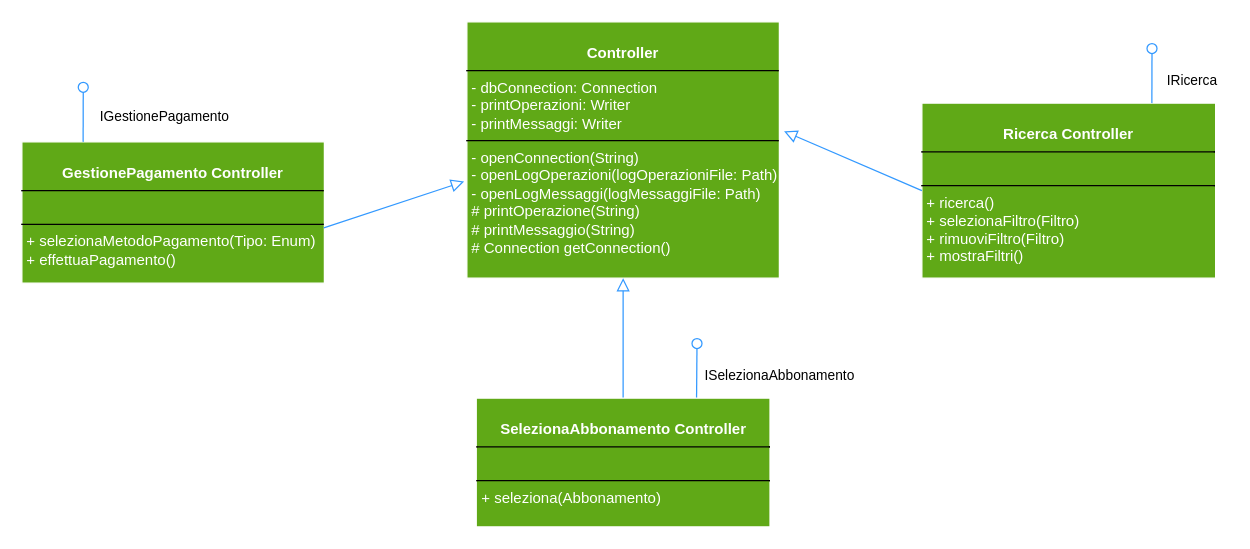
Above: Diagrammi_Package/navigazione.drawio in JosephBoom02/Progetto_Ingegneria_del_Software (draw.io), before the change. Source tidied: cells renumbered, new cells numbered last; positions are measured from the earlier drawing's top-left corner, leaving out a move shared by most shapes. Both pictures are drawn from the tidied source at 125%, with x=0, y=0 at pixel (21, 21).
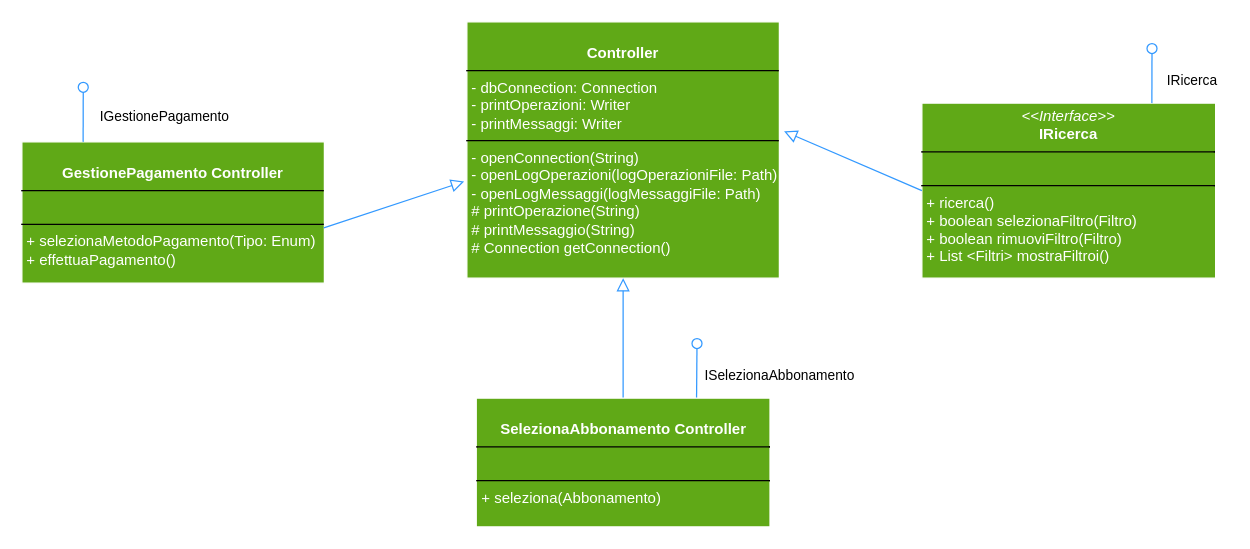
The same diagram, later.

What changed in the source:
```diff
@@
 <mxGraphModel>
   <root>
     <mxCell id="0" />
     <mxCell id="1" parent="0" />
     <mxCell id="2" value="&lt;br&gt;&lt;p style=&quot;margin:0px;margin-top:4px;text-align:center;&quot;&gt;&lt;font color=&quot;#ffffff&quot;&gt;&lt;b&gt;Controller&lt;/b&gt;&lt;/font&gt;&lt;/p&gt;&lt;hr size=&quot;1&quot; style=&quot;border-style:solid;&quot;&gt;&lt;p style=&quot;margin:0px;margin-left:4px;&quot;&gt;&lt;font color=&quot;#ffffff&quot;&gt;- dbConnection: Connection&lt;br&gt;&lt;/font&gt;&lt;/p&gt;&lt;p style=&quot;margin:0px;margin-left:4px;&quot;&gt;&lt;font color=&quot;#ffffff&quot;&gt;- printOperazioni: Writer&lt;/font&gt;&lt;/p&gt;&lt;p style=&quot;margin:0px;margin-left:4px;&quot;&gt;&lt;font color=&quot;#ffffff&quot;&gt;- printMessaggi: Writer&lt;br&gt;&lt;/font&gt;&lt;/p&gt;&lt;hr size=&quot;1&quot; style=&quot;border-style:solid;&quot;&gt;&lt;p style=&quot;margin:0px;margin-left:4px;&quot;&gt;&lt;font color=&quot;#ffffff&quot;&gt;- openConnection(String)&lt;/font&gt;&lt;/p&gt;&lt;p style=&quot;margin:0px;margin-left:4px;&quot;&gt;&lt;font color=&quot;#ffffff&quot;&gt;- openLogOperazioni(logOperazioniFile: Path)&lt;br&gt;&lt;/font&gt;&lt;/p&gt;&lt;p style=&quot;margin:0px;margin-left:4px;&quot;&gt;&lt;font color=&quot;#ffffff&quot;&gt;- openLogMessaggi(logMessaggiFile: Path)&lt;/font&gt;&lt;/p&gt;&lt;p style=&quot;margin:0px;margin-left:4px;&quot;&gt;&lt;font color=&quot;#ffffff&quot;&gt;# printOperazione(String)&lt;/font&gt;&lt;/p&gt;&lt;p style=&quot;margin:0px;margin-left:4px;&quot;&gt;&lt;font color=&quot;#ffffff&quot;&gt;# printMessaggio(String)&lt;br&gt;&lt;/font&gt;&lt;/p&gt;&lt;p style=&quot;margin:0px;margin-left:4px;&quot;&gt;&lt;font color=&quot;#ffffff&quot;&gt;# Connection getConnection()&lt;br&gt;&lt;/font&gt;&lt;/p&gt;" style="verticalAlign=top;align=left;overflow=fill;html=1;whiteSpace=wrap;fillColor=#60A917;strokeColor=#FFFFFF;" parent="1" vertex="1">
       <mxGeometry x="356" width="250" height="205" as="geometry" />
     </mxCell>
     <mxCell id="3" style="edgeStyle=none;curved=1;rounded=0;jettySize=auto;html=1;exitX=0.5;exitY=0;exitDx=0;exitDy=0;entryX=0.5;entryY=1;entryDx=0;entryDy=0;fontSize=12;startSize=8;endSize=8;strokeColor=#3399FF;endArrow=block;endFill=0;" parent="1" edge="1" source="5" target="2">
       <mxGeometry relative="1" as="geometry" />
     </mxCell>
     <mxCell id="4" style="edgeStyle=none;curved=1;rounded=0;jettySize=auto;html=1;exitX=0.75;exitY=0;exitDx=0;exitDy=0;fontSize=12;startSize=8;endSize=8;endArrow=oval;endFill=0;strokeColor=#3399FF;" parent="1" edge="1" source="5">
       <mxGeometry relative="1" as="geometry">
         <mxPoint x="540.1" y="257.3" as="targetPoint" />
       </mxGeometry>
     </mxCell>
     <mxCell id="5" value="&lt;p style=&quot;margin:0px;margin-top:4px;text-align:center;&quot;&gt;&lt;font color=&quot;#ffffff&quot;&gt;&lt;br&gt;&lt;b&gt;SelezionaAbbonamento Controller&lt;br&gt;&lt;/b&gt;&lt;/font&gt;&lt;/p&gt;&lt;hr size=&quot;1&quot; style=&quot;border-style:solid;&quot;&gt;&lt;p style=&quot;margin:0px;margin-left:4px;&quot;&gt;&lt;font color=&quot;#ffffff&quot;&gt;&lt;br&gt;&lt;/font&gt;&lt;/p&gt;&lt;hr size=&quot;1&quot; style=&quot;border-style:solid;&quot;&gt;&lt;p style=&quot;margin:0px;margin-left:4px;&quot;&gt;&lt;font color=&quot;#ffffff&quot;&gt;+ seleziona(Abbonamento)&lt;/font&gt;&lt;/p&gt;" style="verticalAlign=top;align=left;overflow=fill;html=1;whiteSpace=wrap;fillColor=#60A917;strokeColor=#FFFFFF;" parent="1" vertex="1">
       <mxGeometry x="363.5" y="301" width="235" height="103" as="geometry" />
     </mxCell>
-    <mxCell id="6" value="&lt;p style=&quot;margin:0px;margin-top:4px;text-align:center;&quot;&gt;&lt;font color=&quot;#ffffff&quot;&gt;&lt;br&gt;&lt;b&gt;Ricerca Controller&lt;br&gt;&lt;/b&gt;&lt;/font&gt;&lt;/p&gt;&lt;hr size=&quot;1&quot; style=&quot;border-style:solid;&quot;&gt;&lt;p style=&quot;margin:0px;margin-left:4px;&quot;&gt;&lt;font color=&quot;#ffffff&quot;&gt;&lt;br&gt;&lt;/font&gt;&lt;/p&gt;&lt;hr size=&quot;1&quot; style=&quot;border-style:solid;&quot;&gt;&lt;p style=&quot;margin:0px;margin-left:4px;&quot;&gt;&lt;font color=&quot;#ffffff&quot;&gt;+ ricerca()&lt;br&gt;&lt;/font&gt;&lt;/p&gt;&lt;p style=&quot;margin:0px;margin-left:4px;&quot;&gt;&lt;font color=&quot;#ffffff&quot;&gt;+ selezionaFiltro(Filtro)&lt;/font&gt;&lt;/p&gt;&lt;p style=&quot;margin:0px;margin-left:4px;&quot;&gt;&lt;font color=&quot;#ffffff&quot;&gt;+ rimuoviFiltro(Filtro)&lt;/font&gt;&lt;/p&gt;&lt;p style=&quot;margin:0px;margin-left:4px;&quot;&gt;&lt;font color=&quot;#ffffff&quot;&gt;+ mostraFiltri()&lt;br&gt;&lt;/font&gt;&lt;/p&gt;" style="verticalAlign=top;align=left;overflow=fill;html=1;whiteSpace=wrap;fillColor=#60A917;strokeColor=#FFFFFF;" parent="1" vertex="1">
+    <mxCell id="6" value="&lt;p style=&quot;margin: 4px 0px 0px; text-align: center;&quot;&gt;&lt;font color=&quot;#ffffff&quot;&gt;&lt;i&gt;&amp;lt;&amp;lt;Interface&amp;gt;&amp;gt;&lt;/i&gt;&lt;br&gt;&lt;b&gt;IRicerca&lt;/b&gt;&lt;/font&gt;&lt;/p&gt;&lt;hr style=&quot;border-style: solid;&quot; size=&quot;1&quot;&gt;&lt;p style=&quot;margin: 0px 0px 0px 4px;&quot;&gt;&lt;font color=&quot;#ffffff&quot;&gt;&lt;br&gt;&lt;/font&gt;&lt;/p&gt;&lt;hr style=&quot;border-style: solid;&quot; size=&quot;1&quot;&gt;&lt;p style=&quot;margin: 0px 0px 0px 4px;&quot;&gt;&lt;font color=&quot;#ffffff&quot;&gt;+ ricerca()&lt;br&gt;&lt;/font&gt;&lt;/p&gt;&lt;p style=&quot;margin: 0px 0px 0px 4px;&quot;&gt;&lt;font color=&quot;#ffffff&quot;&gt;+ boolean selezionaFiltro(Filtro)&lt;/font&gt;&lt;/p&gt;&lt;p style=&quot;margin: 0px 0px 0px 4px;&quot;&gt;&lt;font color=&quot;#ffffff&quot;&gt;+ boolean rimuoviFiltro(Filtro)&lt;/font&gt;&lt;/p&gt;&lt;p style=&quot;margin: 0px 0px 0px 4px;&quot;&gt;&lt;font color=&quot;#ffffff&quot;&gt;+ List &amp;lt;Filtri&amp;gt; mostraFiltroi()&lt;/font&gt;&lt;/p&gt;" style="verticalAlign=top;align=left;overflow=fill;html=1;whiteSpace=wrap;fillColor=#60A917;strokeColor=#FFFFFF;" parent="1" vertex="1">
       <mxGeometry x="720" y="65" width="235" height="140" as="geometry" />
     </mxCell>
     <mxCell id="7" value="&lt;p style=&quot;margin:0px;margin-top:4px;text-align:center;&quot;&gt;&lt;font color=&quot;#ffffff&quot;&gt;&lt;br&gt;&lt;b&gt;GestionePagamento Controller&lt;br&gt;&lt;/b&gt;&lt;/font&gt;&lt;/p&gt;&lt;hr size=&quot;1&quot; style=&quot;border-style:solid;&quot;&gt;&lt;p style=&quot;margin:0px;margin-left:4px;&quot;&gt;&lt;font color=&quot;#ffffff&quot;&gt;&lt;br&gt;&lt;/font&gt;&lt;/p&gt;&lt;hr size=&quot;1&quot; style=&quot;border-style:solid;&quot;&gt;&lt;p style=&quot;margin:0px;margin-left:4px;&quot;&gt;&lt;font color=&quot;#ffffff&quot;&gt;+ selezionaMetodoPagamento(Tipo: Enum)&lt;/font&gt;&lt;/p&gt;&lt;p style=&quot;margin:0px;margin-left:4px;&quot;&gt;&lt;font color=&quot;#ffffff&quot;&gt;+ effettuaPagamento()&lt;br&gt;&lt;/font&gt;&lt;/p&gt;" style="verticalAlign=top;align=left;overflow=fill;html=1;whiteSpace=wrap;fillColor=#60A917;strokeColor=#FFFFFF;" parent="1" vertex="1">
       <mxGeometry y="96" width="242" height="113" as="geometry" />
     </mxCell>
     <mxCell id="8" style="edgeStyle=none;curved=1;rounded=0;jettySize=auto;html=1;exitX=0;exitY=0.5;exitDx=0;exitDy=0;entryX=1.015;entryY=0.427;entryDx=0;entryDy=0;fontSize=12;startSize=8;endSize=8;strokeColor=#3399FF;endArrow=block;endFill=0;entryPerimeter=0;" parent="1" edge="1" source="6" target="2">
       <mxGeometry relative="1" as="geometry" />
     </mxCell>
     <mxCell id="9" style="edgeStyle=none;curved=1;rounded=0;jettySize=auto;html=1;exitX=0.998;exitY=0.609;exitDx=0;exitDy=0;entryX=-0.009;entryY=0.623;entryDx=0;entryDy=0;fontSize=12;startSize=8;endSize=8;strokeColor=#3399FF;endArrow=block;endFill=0;entryPerimeter=0;exitPerimeter=0;" parent="1" edge="1" source="7" target="2">
       <mxGeometry relative="1" as="geometry" />
     </mxCell>
     <mxCell id="10" style="edgeStyle=none;curved=1;rounded=0;orthogonalLoop=1;jettySize=auto;html=1;exitX=0.75;exitY=0;exitDx=0;exitDy=0;fontSize=12;startSize=8;endSize=8;endArrow=oval;endFill=0;strokeColor=#3399FF;" parent="1" edge="1">
       <mxGeometry relative="1" as="geometry">
         <mxPoint x="904" y="65" as="sourcePoint" />
         <mxPoint x="904.1" y="21.3" as="targetPoint" />
       </mxGeometry>
     </mxCell>
     <mxCell id="11" style="edgeStyle=none;curved=1;rounded=0;orthogonalLoop=1;jettySize=auto;html=1;exitX=0.75;exitY=0;exitDx=0;exitDy=0;fontSize=12;startSize=8;endSize=8;endArrow=oval;endFill=0;strokeColor=#3399FF;" parent="1" edge="1">
       <mxGeometry relative="1" as="geometry">
         <mxPoint x="49" y="96" as="sourcePoint" />
         <mxPoint x="49.1" y="52.3" as="targetPoint" />
       </mxGeometry>
     </mxCell>
     <mxCell id="12" value="&lt;font style=&quot;font-size: 11px;&quot;&gt;ISelezionaAbbonamento&lt;/font&gt;" style="text;html=1;align=center;verticalAlign=middle;strokeColor=none;fillColor=none;fontSize=16;" parent="1" vertex="1">
       <mxGeometry x="537" y="265" width="137" height="31" as="geometry" />
     </mxCell>
     <mxCell id="13" value="&lt;font style=&quot;font-size: 11px;&quot;&gt;IRicerca&lt;/font&gt;" style="text;html=1;align=center;verticalAlign=middle;strokeColor=none;fillColor=none;fontSize=16;" parent="1" vertex="1">
       <mxGeometry x="907" y="29" width="58" height="31" as="geometry" />
     </mxCell>
     <mxCell id="14" value="&lt;font style=&quot;font-size: 11px;&quot;&gt;IGestionePagamento&lt;/font&gt;" style="text;html=1;align=center;verticalAlign=middle;strokeColor=none;fillColor=none;fontSize=16;" parent="1" vertex="1">
       <mxGeometry x="53" y="58" width="121" height="31" as="geometry" />
     </mxCell>
   </root>
 </mxGraphModel>
```
